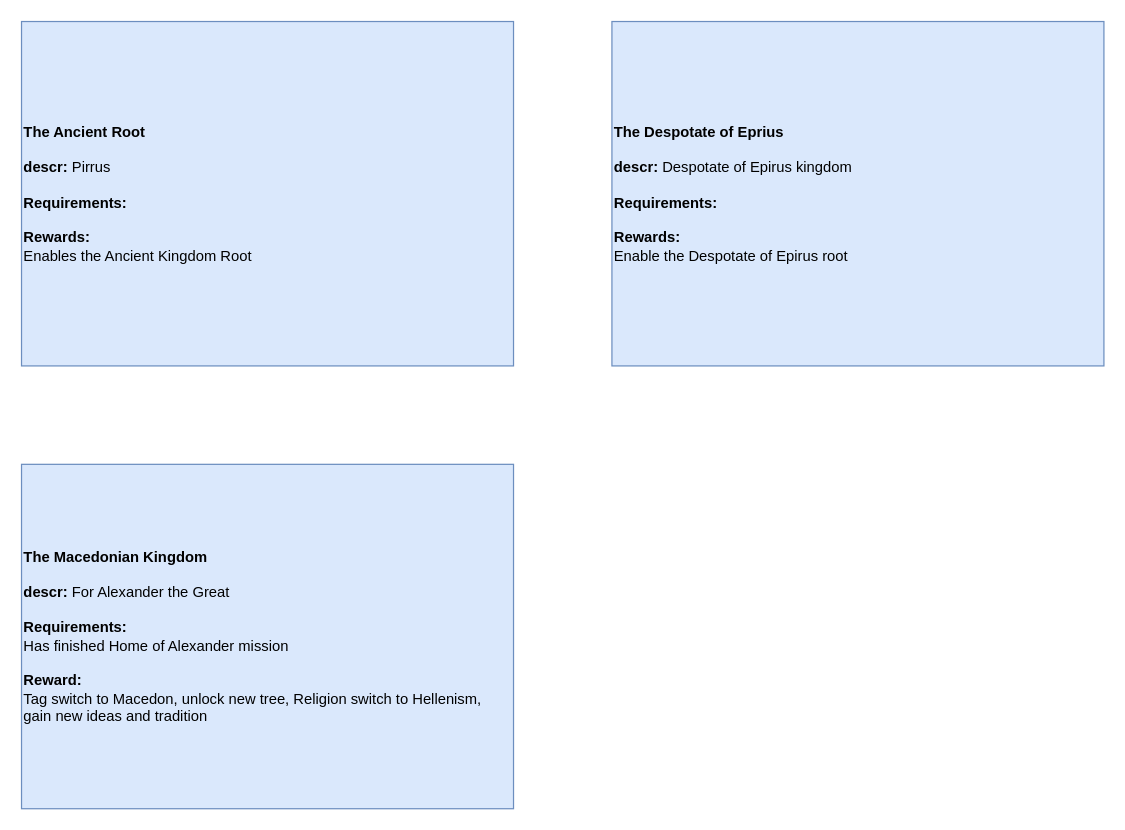
Before: page "Decisions" (2 of 3) of Epirus/Epirus.drawio in Melvasul/Missions-Expanded, a draw.io diagram. Source tidied: cells renumbered, new cells numbered last; positions are measured from the earlier drawing's top-left corner, leaving out a move shared by most shapes. Both pictures are drawn from the tidied source at 123%, with x=0, y=0 at pixel (21, 21).
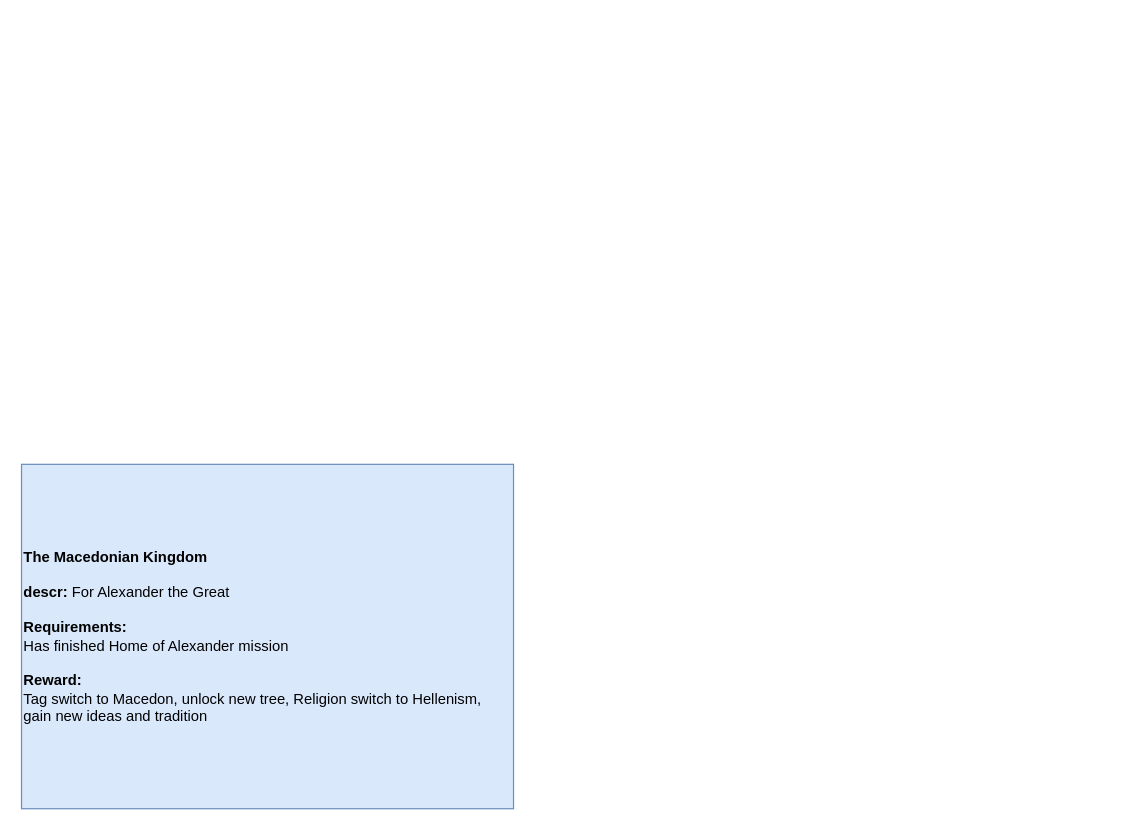
Above is the later version.

The edit, as a diff of the source:
```diff
@@
 <mxGraphModel>
   <root>
     <mxCell id="0" />
     <mxCell id="1" parent="0" />
-    <mxCell id="2" value="&lt;b&gt;The Ancient Root&lt;br&gt;&lt;/b&gt;&lt;br&gt;&lt;b&gt;descr:&lt;/b&gt;&amp;nbsp;Pirrus&lt;br&gt;&lt;br&gt;&lt;b&gt;Requirements:&lt;/b&gt;&lt;br&gt;&lt;br&gt;&lt;b&gt;Rewards:&lt;/b&gt;&amp;nbsp;&lt;br&gt;Enables the Ancient Kingdom Root" style="rounded=0;whiteSpace=wrap;html=1;align=left;fillColor=#dae8fc;strokeColor=#6c8ebf;" parent="1" vertex="1">
-      <mxGeometry width="400" height="280" as="geometry" />
-    </mxCell>
-    <mxCell id="3" value="&lt;b&gt;The Despotate of Eprius&lt;br&gt;&lt;/b&gt;&lt;br&gt;&lt;b&gt;descr:&lt;/b&gt;&amp;nbsp;Despotate of Epirus kingdom&lt;br&gt;&lt;br&gt;&lt;b&gt;Requirements:&lt;br&gt;&lt;/b&gt;&lt;br&gt;&lt;b&gt;Rewards:&lt;/b&gt;&amp;nbsp;&lt;br&gt;Enable the Despotate of Epirus root" style="rounded=0;whiteSpace=wrap;html=1;align=left;fillColor=#dae8fc;strokeColor=#6c8ebf;" parent="1" vertex="1">
-      <mxGeometry x="480" width="400" height="280" as="geometry" />
-    </mxCell>
     <mxCell id="4" value="&lt;b&gt;The Macedonian Kingdom&lt;/b&gt;&lt;br&gt;&lt;br&gt;&lt;b&gt;descr:&lt;/b&gt;&amp;nbsp;For Alexander the Great&lt;br&gt;&lt;br&gt;&lt;b&gt;Requirements:&lt;/b&gt;&lt;br&gt;Has finished Home of Alexander mission&lt;br&gt;&lt;br&gt;&lt;b&gt;Reward:&lt;/b&gt;&amp;nbsp;&lt;br&gt;Tag switch to Macedon, unlock new tree, Religion switch to Hellenism, gain new ideas and tradition" style="rounded=0;whiteSpace=wrap;html=1;align=left;fillColor=#dae8fc;strokeColor=#6c8ebf;" parent="1" vertex="1">
       <mxGeometry y="360" width="400" height="280" as="geometry" />
     </mxCell>
   </root>
 </mxGraphModel>
```
